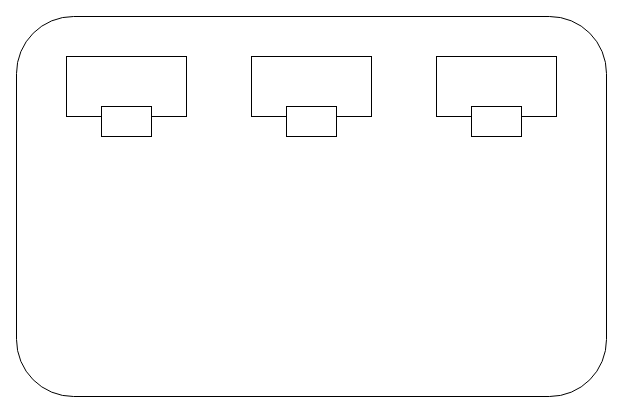
This is container_vpn.drawio from foreignbill/drawio, a draw.io file, before an edit. Source tidied: cells renumbered, new cells numbered last; positions are measured from the earlier drawing's top-left corner, leaving out a move shared by most shapes. Both pictures are drawn from the tidied source at 100%, with x=0, y=0 at pixel (16, 16).
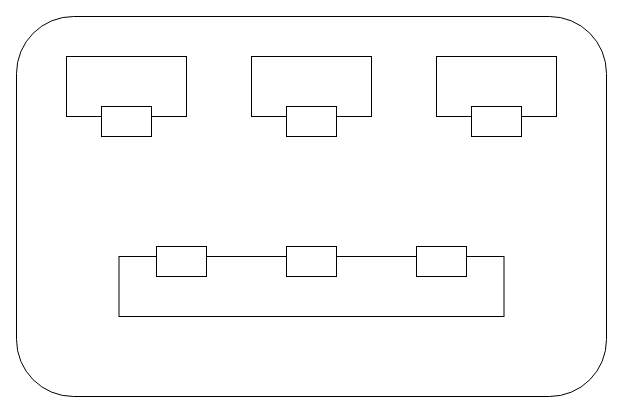
After the change.

Change to the diagram source:
```diff
@@
 <mxGraphModel>
   <root>
     <mxCell id="0" />
     <mxCell id="1" parent="0" />
     <mxCell id="2" style="rounded=1;whiteSpace=wrap;html=1;" parent="1" vertex="1">
       <mxGeometry width="590" height="380" as="geometry" />
     </mxCell>
     <mxCell id="3" style="rounded=0;whiteSpace=wrap;html=1;" parent="1" vertex="1">
       <mxGeometry x="50" y="40" width="120" height="60" as="geometry" />
     </mxCell>
     <mxCell id="4" style="rounded=0;whiteSpace=wrap;html=1;" parent="1" vertex="1">
       <mxGeometry x="235" y="40" width="120" height="60" as="geometry" />
     </mxCell>
     <mxCell id="5" style="rounded=0;whiteSpace=wrap;html=1;" parent="1" vertex="1">
       <mxGeometry x="420" y="40" width="120" height="60" as="geometry" />
     </mxCell>
     <mxCell id="6" style="rounded=0;whiteSpace=wrap;html=1;" parent="1" vertex="1">
       <mxGeometry x="85" y="90" width="50" height="30" as="geometry" />
     </mxCell>
     <mxCell id="7" style="rounded=0;whiteSpace=wrap;html=1;" parent="1" vertex="1">
       <mxGeometry x="270" y="90" width="50" height="30" as="geometry" />
     </mxCell>
     <mxCell id="8" style="rounded=0;whiteSpace=wrap;html=1;" parent="1" vertex="1">
       <mxGeometry x="455" y="90" width="50" height="30" as="geometry" />
     </mxCell>
+    <mxCell id="9" style="rounded=0;whiteSpace=wrap;html=1;" parent="1" vertex="1">
+      <mxGeometry x="102.5" y="240" width="385" height="60" as="geometry" />
+    </mxCell>
+    <mxCell id="10" style="rounded=0;whiteSpace=wrap;html=1;" parent="1" vertex="1">
+      <mxGeometry x="140" y="230" width="50" height="30" as="geometry" />
+    </mxCell>
+    <mxCell id="11" style="rounded=0;whiteSpace=wrap;html=1;" parent="1" vertex="1">
+      <mxGeometry x="270" y="230" width="50" height="30" as="geometry" />
+    </mxCell>
+    <mxCell id="12" style="rounded=0;whiteSpace=wrap;html=1;" parent="1" vertex="1">
+      <mxGeometry x="400" y="230" width="50" height="30" as="geometry" />
+    </mxCell>
   </root>
 </mxGraphModel>
```
